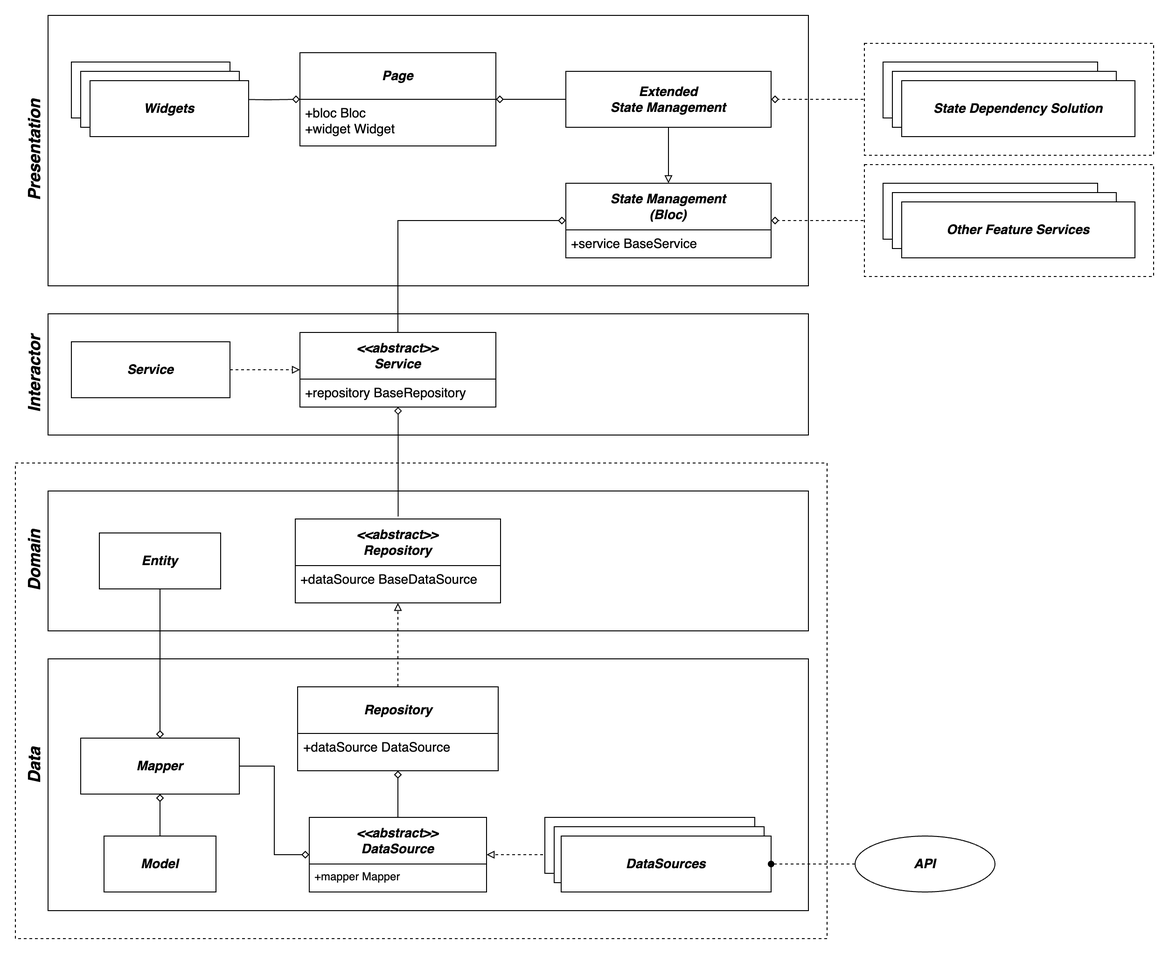
Earlier version of the draw.io export architecture.drawio.png (hamed-rezaee/flutter_component_architecture_poc). Source tidied: cells renumbered, new cells last; positions are measured from the earlier drawing's top-left corner, leaving out a move shared by most shapes.
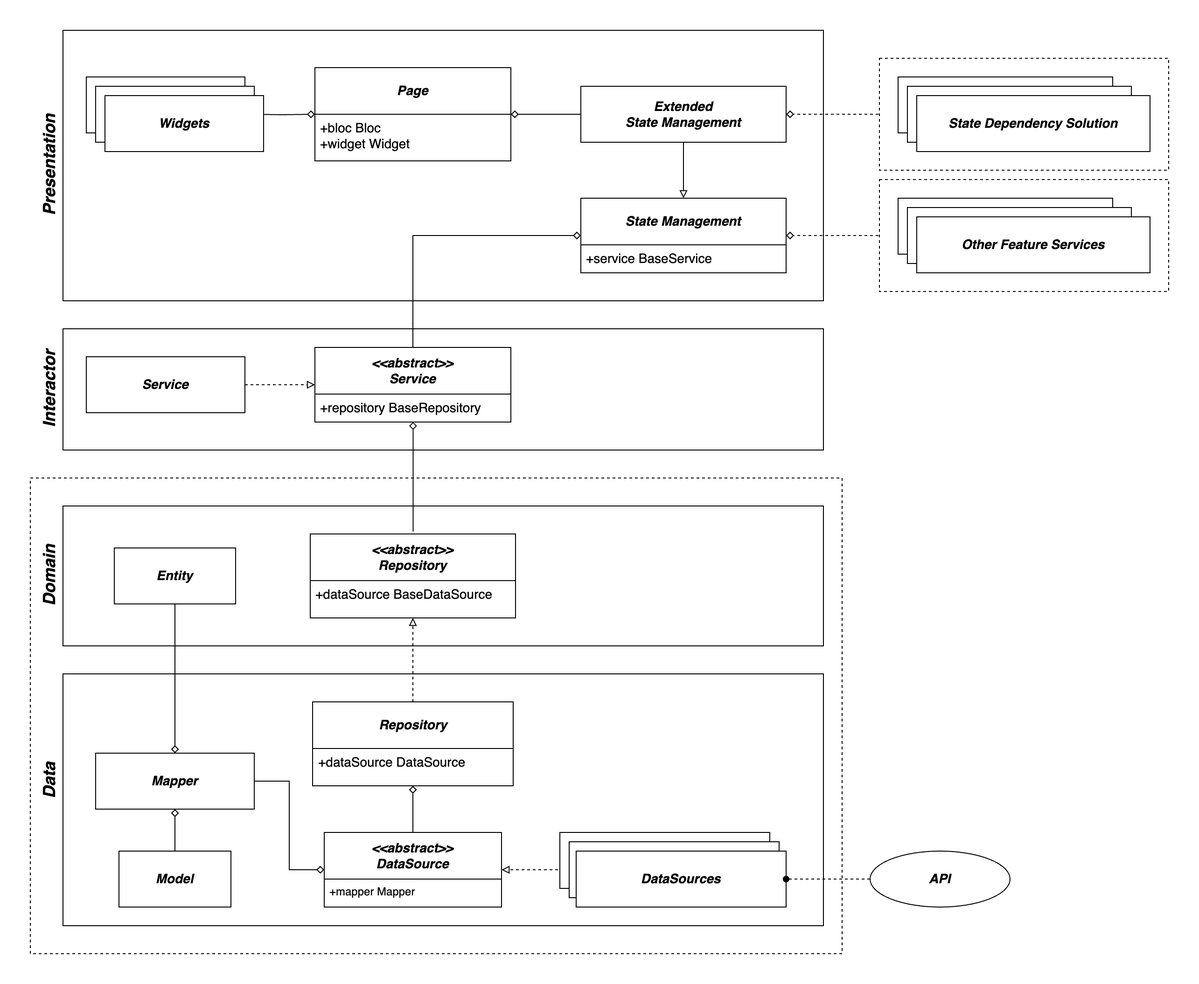
After the commit.

What changed in the source:
```diff
@@ -58,7 +58,7 @@
     <mxCell id="18" value="&lt;b&gt;&lt;i&gt;&lt;font style=&quot;font-size: 14px;&quot;&gt;Service&lt;br&gt;&lt;/font&gt;&lt;/i&gt;&lt;/b&gt;" style="rounded=0;whiteSpace=wrap;html=1;fontSize=14;fontStyle=0;startSize=50;strokeWidth=1;shadow=0;dashed=0;arcSize=4;" parent="1" vertex="1">
       <mxGeometry x="60" y="350" width="170" height="60" as="geometry" />
     </mxCell>
-    <mxCell id="19" value="&lt;b&gt;&lt;i&gt;State&amp;nbsp;Management&lt;br&gt;(Bloc)&lt;br&gt;&lt;/i&gt;&lt;/b&gt;" style="swimlane;horizontal=1;startSize=50;rounded=0;fontSize=14;fontStyle=0;strokeWidth=1;shadow=0;dashed=0;align=center;arcSize=4;whiteSpace=wrap;html=1;swimlaneFillColor=default;labelBorderColor=none;fillColor=default;" parent="1" vertex="1">
+    <mxCell id="19" value="&lt;b&gt;&lt;i&gt;State&amp;nbsp;Management&lt;br&gt;&lt;/i&gt;&lt;/b&gt;" style="swimlane;horizontal=1;startSize=50;rounded=0;fontSize=14;fontStyle=0;strokeWidth=1;shadow=0;dashed=0;align=center;arcSize=4;whiteSpace=wrap;html=1;swimlaneFillColor=default;labelBorderColor=none;fillColor=default;" parent="1" vertex="1">
       <mxGeometry x="590" y="180" width="220" height="80" as="geometry" />
     </mxCell>
     <mxCell id="20" value="&lt;font style=&quot;font-size: 14px;&quot;&gt;+service BaseService&lt;/font&gt;" style="align=left;strokeColor=none;fillColor=none;spacingLeft=4;fontSize=12;verticalAlign=top;html=1;strokeWidth=1;" parent="19" vertex="1">
```
